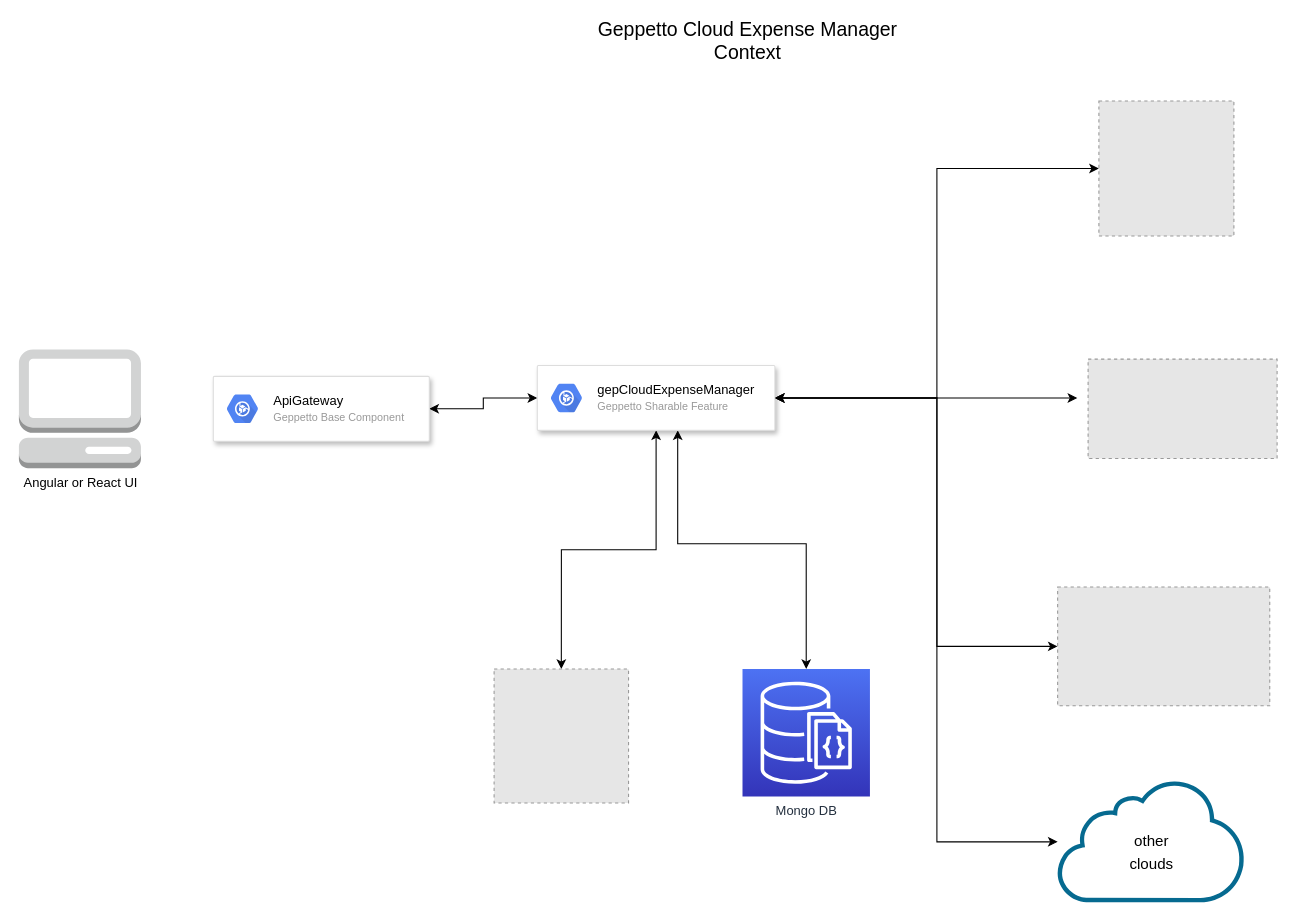
Earlier version of the draw.io diagram docs/design/shareable-features/gepCloudExpenseManager/images/gep-cloud-expense-manager-context.drawio (Sangeetha2022/github). Source tidied: cells renumbered, new cells numbered last; positions are measured from the earlier drawing's top-left corner, leaving out a move shared by most shapes. Both pictures are drawn from the tidied source at 108%, with x=0, y=0 at pixel (18, 25). Pictures stored in the file or linked from it are replaced by grey dashed boxes.
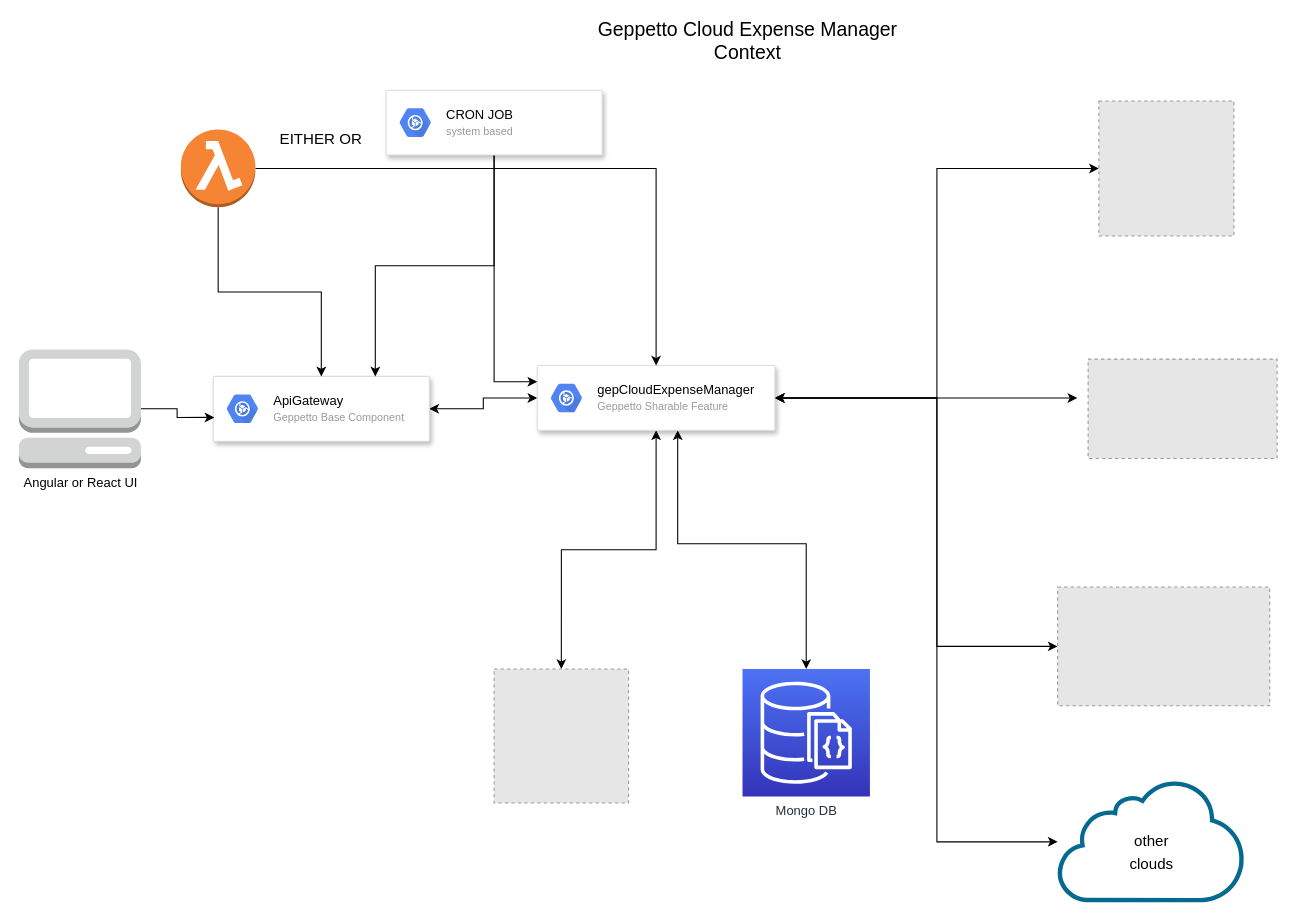
The same page after the edit.

Unchanged cells that the change refers to:
```xml
<mxCell id="3" style="strokeColor=#dddddd;shadow=1;strokeWidth=1;rounded=1;absoluteArcSize=1;arcSize=2;" parent="1" vertex="1">
  <mxGeometry x="180" y="325" width="200" height="60" as="geometry" />
</mxCell>
<mxCell id="12" style="strokeColor=#dddddd;shadow=1;strokeWidth=1;rounded=1;absoluteArcSize=1;arcSize=2;" parent="1" vertex="1">
  <mxGeometry x="480" y="315" width="220" height="60" as="geometry" />
</mxCell>
<mxCell id="18" value="Angular or React UI" style="outlineConnect=0;dashed=0;verticalLabelPosition=bottom;verticalAlign=top;align=center;html=1;shape=mxgraph.aws3.management_console;fillColor=#D2D3D3;gradientColor=none;rounded=0;" parent="1" vertex="1">
  <mxGeometry y="300" width="113" height="110" as="geometry" />
</mxCell>
```

Diff of the diagram source:
```diff
@@
+    <mxCell id="23" style="edgeStyle=orthogonalEdgeStyle;rounded=0;jettySize=auto;html=1;entryX=0.005;entryY=0.633;entryDx=0;entryDy=0;entryPerimeter=0;" parent="1" edge="1" source="18" target="3">
+      <mxGeometry relative="1" as="geometry" />
+    </mxCell>
@@
+    <mxCell id="24" style="edgeStyle=orthogonalEdgeStyle;rounded=0;jettySize=auto;html=1;entryX=0.75;entryY=0;entryDx=0;entryDy=0;" parent="1" edge="1" source="26" target="3">
+      <mxGeometry relative="1" as="geometry" />
+    </mxCell>
+    <mxCell id="25" style="edgeStyle=orthogonalEdgeStyle;rounded=0;jettySize=auto;html=1;entryX=0;entryY=0.25;entryDx=0;entryDy=0;" parent="1" edge="1" source="26" target="12">
+      <mxGeometry relative="1" as="geometry" />
+    </mxCell>
+    <mxCell id="26" style="strokeColor=#dddddd;shadow=1;strokeWidth=1;rounded=1;absoluteArcSize=1;arcSize=2;" parent="1" vertex="1">
+      <mxGeometry x="340" y="60" width="200" height="60" as="geometry" />
+    </mxCell>
+    <mxCell id="27" value="&lt;font color=&quot;#000000&quot;&gt;CRON JOB&lt;/font&gt;&lt;br&gt;&lt;font style=&quot;font-size: 10px&quot;&gt;system based&lt;/font&gt;" style="dashed=0;html=1;fillColor=#5184F3;strokeColor=none;shape=mxgraph.gcp2.hexIcon;prIcon=container_optimized_os;labelPosition=right;verticalLabelPosition=middle;align=left;verticalAlign=middle;spacingLeft=5;fontColor=#999999;fontSize=12;" parent="26" vertex="1">
+      <mxGeometry y="0.5" width="44" height="39" relative="1" as="geometry">
+        <mxPoint x="5" y="-19.5" as="offset" />
+      </mxGeometry>
+    </mxCell>
+    <mxCell id="28" style="edgeStyle=orthogonalEdgeStyle;rounded=0;jettySize=auto;html=1;" parent="1" edge="1" source="30" target="3">
+      <mxGeometry relative="1" as="geometry" />
+    </mxCell>
+    <mxCell id="29" style="edgeStyle=orthogonalEdgeStyle;rounded=0;jettySize=auto;html=1;" parent="1" edge="1" source="30" target="12">
+      <mxGeometry relative="1" as="geometry" />
+    </mxCell>
+    <mxCell id="30" style="outlineConnect=0;dashed=0;verticalLabelPosition=bottom;verticalAlign=top;align=center;html=1;shape=mxgraph.aws3.lambda_function;fillColor=#F58534;gradientColor=none;" parent="1" vertex="1">
+      <mxGeometry x="150" y="96.5" width="69" height="72" as="geometry" />
+    </mxCell>
+    <mxCell id="31" value="&lt;font style=&quot;font-size: 14px&quot;&gt;EITHER OR&lt;/font&gt;" style="text;html=1;strokeColor=none;fillColor=none;align=center;verticalAlign=middle;whiteSpace=wrap;rounded=0;" parent="1" vertex="1">
+      <mxGeometry x="235" y="90" width="90" height="30" as="geometry" />
+    </mxCell>
```
